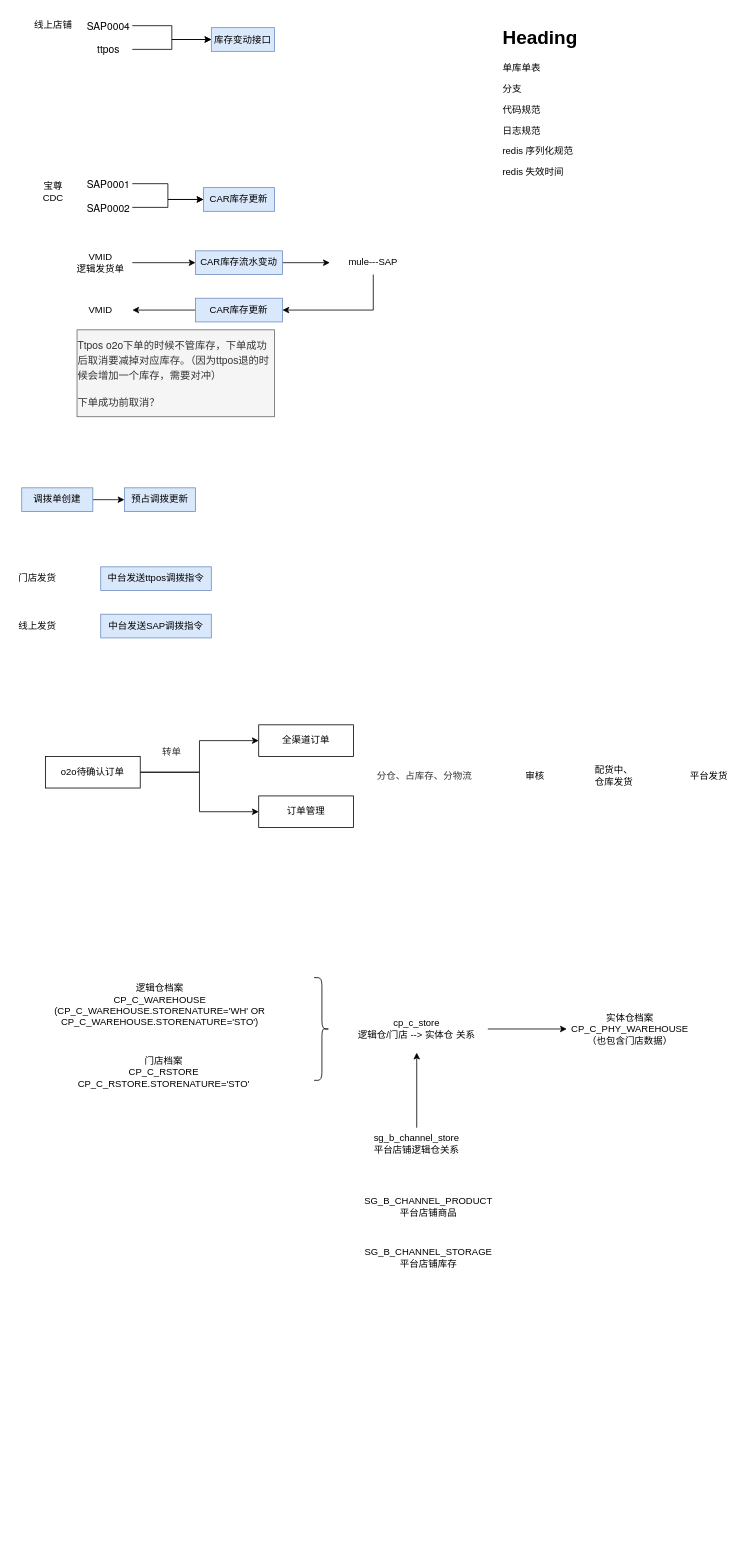
Earlier version of the draw.io diagram VF/VMID/库存变动同步.drawio (yeahsyoung/diagram). Source tidied: cells renumbered, new cells numbered last; positions are measured from the earlier drawing's top-left corner, leaving out a move shared by most shapes. Both pictures are drawn from the tidied source at 79%, with x=0, y=0 at pixel (13, 13).
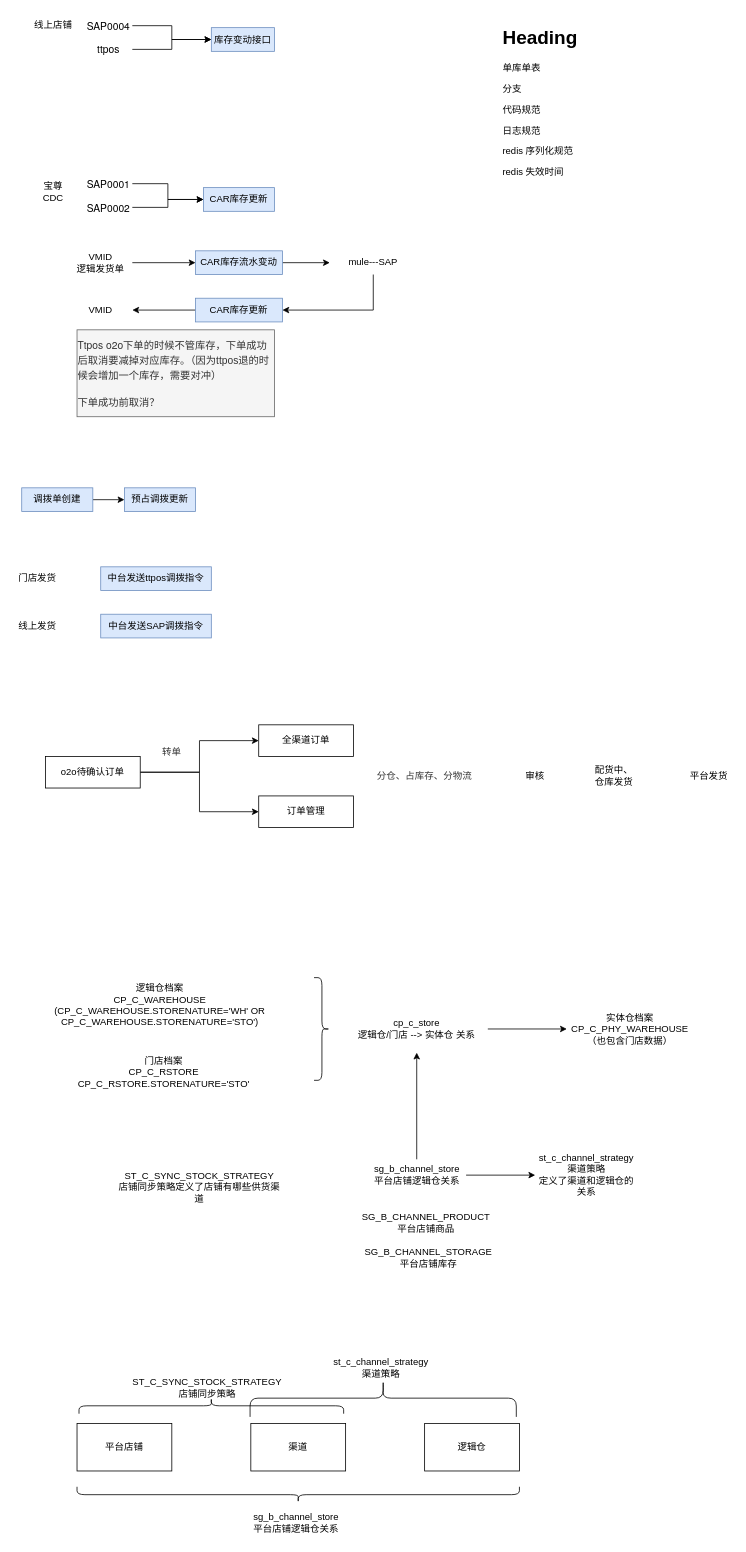
The same page after the edit.

Commit message:
更新库存变动同步.drawio

What changed in the source:
```diff
@@
+    <mxCell id="52" style="edgeStyle=orthogonalEdgeStyle;rounded=0;jettySize=auto;html=1;exitX=1;exitY=0.5;exitDx=0;exitDy=0;endArrow=classic;endFill=1;" parent="1" edge="1" source="48" target="53">
+      <mxGeometry relative="1" as="geometry" />
+    </mxCell>
     <mxCell id="48" value="sg_b_channel_store&lt;div&gt;平台店铺逻辑仓关系&lt;/div&gt;" style="text;html=1;whiteSpace=wrap;strokeColor=none;fillColor=none;align=center;verticalAlign=middle;rounded=0;" parent="1" vertex="1">
-      <mxGeometry x="415" y="1410" width="190" height="40" as="geometry" />
+      <mxGeometry x="447.5" y="1450" width="125" height="40" as="geometry" />
     </mxCell>
     <mxCell id="49" value="SG_B_CHANNEL_PRODUCT&lt;div&gt;平台店铺商品&lt;/div&gt;" style="text;html=1;whiteSpace=wrap;strokeColor=none;fillColor=none;align=center;verticalAlign=middle;rounded=0;" parent="1" vertex="1">
-      <mxGeometry x="430" y="1490" width="190" height="40" as="geometry" />
+      <mxGeometry x="427" y="1510" width="190" height="40" as="geometry" />
     </mxCell>
@@
+    <mxCell id="53" value="st_c_channel_strategy&lt;div&gt;渠道策略&lt;/div&gt;&lt;div&gt;定义了渠道和逻辑仓的关系&lt;/div&gt;" style="text;html=1;whiteSpace=wrap;strokeColor=none;fillColor=none;align=center;verticalAlign=middle;rounded=0;" parent="1" vertex="1">
+      <mxGeometry x="660" y="1450" width="130" height="40" as="geometry" />
+    </mxCell>
+    <mxCell id="54" value="ST_C_SYNC_STOCK_STRATEGY&lt;div&gt;店铺同步策略定义了店铺有哪些供货渠道&lt;/div&gt;" style="text;html=1;whiteSpace=wrap;strokeColor=none;fillColor=none;align=center;verticalAlign=middle;rounded=0;" parent="1" vertex="1">
+      <mxGeometry x="130" y="1450" width="210" height="70" as="geometry" />
+    </mxCell>
+    <mxCell id="55" value="平台店铺" style="rounded=0;whiteSpace=wrap;html=1;" parent="1" vertex="1">
+      <mxGeometry x="80" y="1784.5" width="120" height="60" as="geometry" />
+    </mxCell>
+    <mxCell id="56" value="渠道" style="rounded=0;whiteSpace=wrap;html=1;" parent="1" vertex="1">
+      <mxGeometry x="300" y="1784.5" width="120" height="60" as="geometry" />
+    </mxCell>
+    <mxCell id="57" value="逻辑仓" style="rounded=0;whiteSpace=wrap;html=1;" parent="1" vertex="1">
+      <mxGeometry x="520" y="1784.5" width="120" height="60" as="geometry" />
+    </mxCell>
+    <mxCell id="58" value="ST_C_SYNC_STOCK_STRATEGY&lt;div&gt;店铺同步策略&lt;/div&gt;" style="text;html=1;whiteSpace=wrap;strokeColor=none;fillColor=none;align=center;verticalAlign=middle;rounded=0;" parent="1" vertex="1">
+      <mxGeometry x="140" y="1703.5" width="210" height="70" as="geometry" />
+    </mxCell>
+    <mxCell id="59" style="shape=curlyBracket;whiteSpace=wrap;html=1;rounded=1;labelPosition=left;verticalLabelPosition=middle;align=right;verticalAlign=middle;rotation=90;" parent="1" vertex="1">
+      <mxGeometry x="240" y="1594.5" width="20" height="335" as="geometry" />
+    </mxCell>
+    <mxCell id="60" value="st_c_channel_strategy&lt;div&gt;渠道策略&lt;/div&gt;" style="text;html=1;whiteSpace=wrap;strokeColor=none;fillColor=none;align=center;verticalAlign=middle;rounded=0;" parent="1" vertex="1">
+      <mxGeometry x="400" y="1693.5" width="130" height="40" as="geometry" />
+    </mxCell>
+    <mxCell id="61" style="shape=curlyBracket;whiteSpace=wrap;html=1;rounded=1;flipH=1;labelPosition=right;verticalLabelPosition=middle;align=left;verticalAlign=middle;rotation=-90;" parent="1" vertex="1">
+      <mxGeometry x="443.8" y="1583.8" width="47.5" height="337" as="geometry" />
+    </mxCell>
+    <mxCell id="62" style="shape=curlyBracket;whiteSpace=wrap;html=1;rounded=1;flipH=1;labelPosition=right;verticalLabelPosition=middle;align=left;verticalAlign=middle;rotation=90;" parent="1" vertex="1">
+      <mxGeometry x="350" y="1594.5" width="20" height="560" as="geometry" />
+    </mxCell>
+    <mxCell id="63" value="sg_b_channel_store&lt;div&gt;平台店铺逻辑仓关系&lt;/div&gt;" style="text;html=1;whiteSpace=wrap;strokeColor=none;fillColor=none;align=center;verticalAlign=middle;rounded=0;" parent="1" vertex="1">
+      <mxGeometry x="295" y="1889.5" width="125" height="40" as="geometry" />
+    </mxCell>
```
